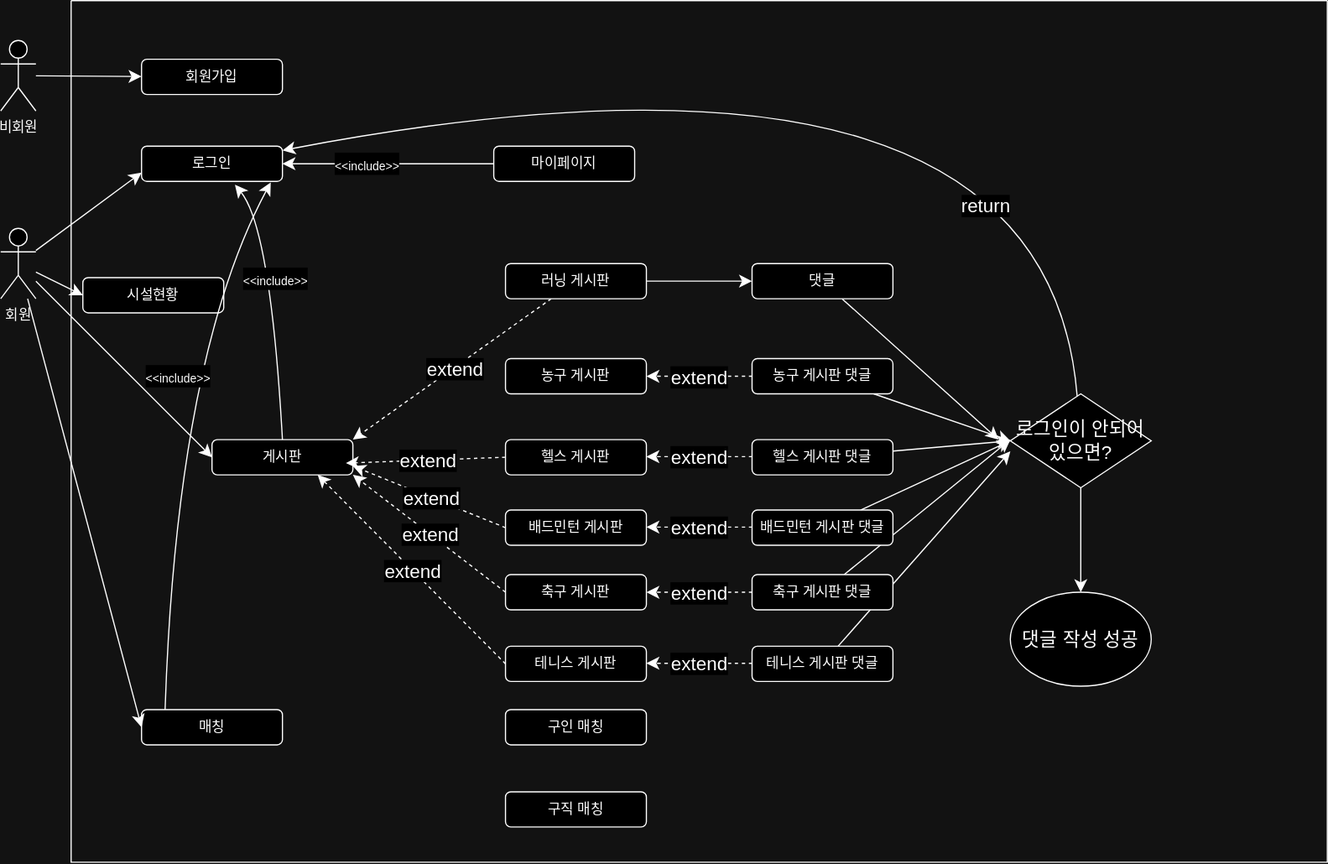
The draw.io diagram document/1차_수정본_UseCase.drawio.svg in Kimminwoo02/Team_Project, before a commit. Source tidied: cells renumbered, new cells last; positions are measured from the earlier drawing's top-left corner, leaving out a move shared by most shapes.
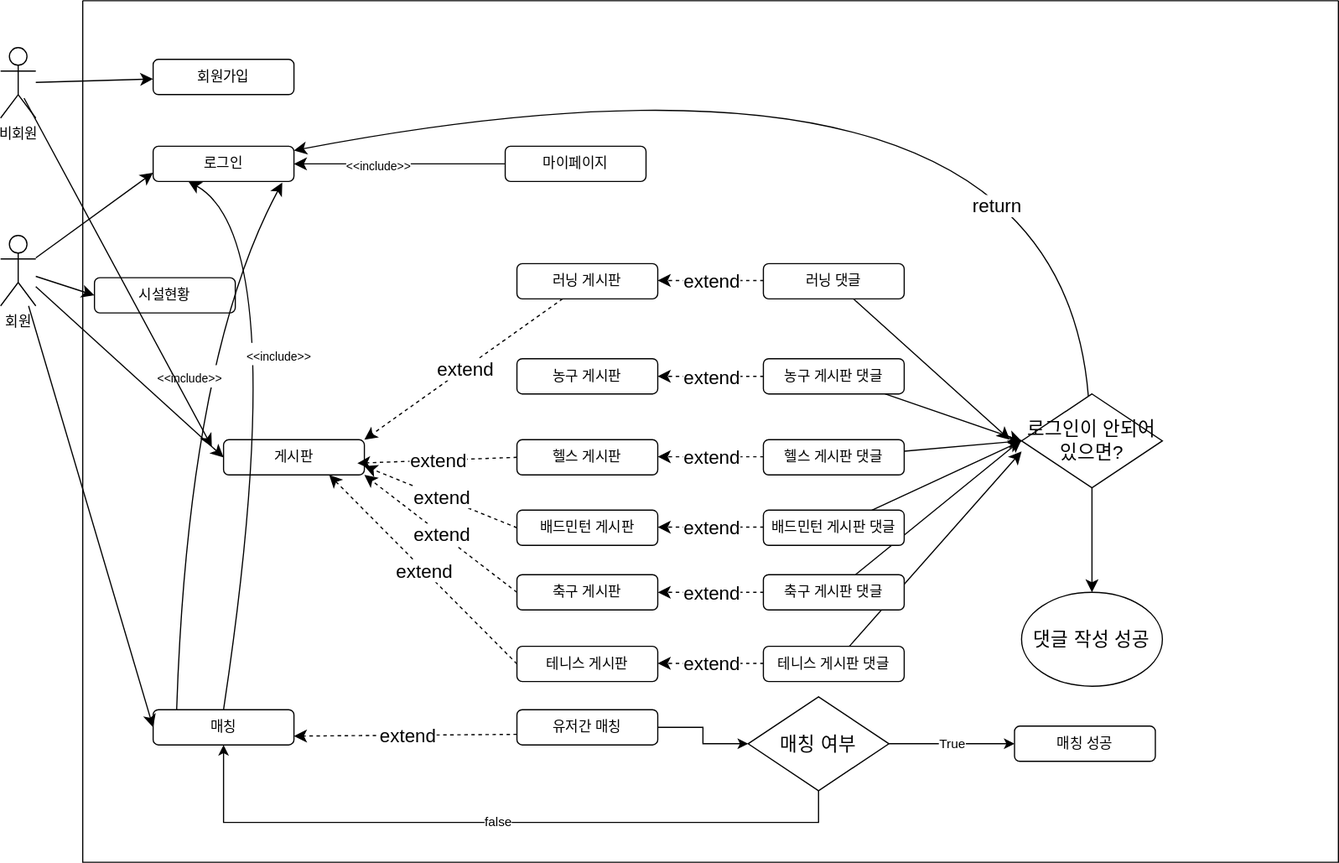
Above is the later version.

Commit message:
1차_수정본_UseCase.drawio.svg 업데이트

What changed in the source:
```diff
@@ -3,7 +3,7 @@
     <mxCell id="0" />
     <mxCell id="1" parent="0" />
     <mxCell id="2" style="swimlane;startSize=0;" parent="1" vertex="1">
-      <mxGeometry x="60" width="1070" height="734" as="geometry" />
+      <mxGeometry x="70" y="-6" width="1070" height="734" as="geometry" />
     </mxCell>
     <mxCell id="3" value="시설현황" style="rounded=1;whiteSpace=wrap;html=1;" parent="2" vertex="1">
       <mxGeometry x="10" y="236" width="120" height="30" as="geometry" />
@@ -26,9 +26,6 @@
     <mxCell id="9" value="테니스 게시판" style="rounded=1;whiteSpace=wrap;html=1;" parent="2" vertex="1">
       <mxGeometry x="370" y="550" width="120" height="30" as="geometry" />
     </mxCell>
-    <mxCell id="10" value="구직 매칭" style="rounded=1;whiteSpace=wrap;html=1;" parent="2" vertex="1">
-      <mxGeometry x="370" y="674" width="120" height="30" as="geometry" />
-    </mxCell>
     <mxCell id="11" style="edgeStyle=none;curved=1;rounded=0;jettySize=auto;html=1;fontSize=12;startSize=8;endSize=8;" parent="2" edge="1" source="12">
       <mxGeometry relative="1" as="geometry">
         <mxPoint x="800" y="384" as="targetPoint" />
@@ -60,9 +57,6 @@
     <mxCell id="19" value="extend" style="edgeLabel;html=1;align=center;verticalAlign=middle;fontSize=16;" parent="18" vertex="1">
       <mxGeometry x="-0.01" relative="1" as="geometry" />
     </mxCell>
-    <mxCell id="20" style="edgeStyle=none;curved=1;rounded=0;jettySize=auto;html=1;fontSize=12;startSize=8;endSize=8;" parent="2" edge="1" source="21" target="28">
-      <mxGeometry relative="1" as="geometry" />
-    </mxCell>
     <mxCell id="21" value="러닝 게시판" style="rounded=1;whiteSpace=wrap;html=1;" parent="2" vertex="1">
       <mxGeometry x="370" y="224" width="120" height="30" as="geometry" />
     </mxCell>
@@ -86,7 +80,7 @@
         <mxPoint x="790" y="374" as="targetPoint" />
       </mxGeometry>
     </mxCell>
-    <mxCell id="28" value="댓글" style="rounded=1;whiteSpace=wrap;html=1;" parent="2" vertex="1">
+    <mxCell id="28" value="러닝 댓글" style="rounded=1;whiteSpace=wrap;html=1;" parent="2" vertex="1">
       <mxGeometry x="580" y="224" width="120" height="30" as="geometry" />
     </mxCell>
     <mxCell id="29" value="로그인" style="rounded=1;whiteSpace=wrap;html=1;" parent="2" vertex="1">
@@ -101,7 +95,10 @@
     <mxCell id="32" value="마이페이지" style="rounded=1;whiteSpace=wrap;html=1;" parent="2" vertex="1">
       <mxGeometry x="360" y="124" width="120" height="30" as="geometry" />
     </mxCell>
+    <mxCell id="68" style="edgeStyle=orthogonalEdgeStyle;rounded=0;jettySize=auto;html=1;entryX=0;entryY=0.5;entryDx=0;entryDy=0;" parent="2" edge="1" source="33" target="76">
+      <mxGeometry relative="1" as="geometry" />
+    </mxCell>
-    <mxCell id="33" value="구인 매칭" style="rounded=1;whiteSpace=wrap;html=1;" parent="2" vertex="1">
+    <mxCell id="33" value="유저간 매칭" style="rounded=1;whiteSpace=wrap;html=1;" parent="2" vertex="1">
       <mxGeometry x="370" y="604" width="120" height="30" as="geometry" />
     </mxCell>
     <mxCell id="34" style="edgeStyle=none;curved=1;rounded=0;jettySize=auto;html=1;entryX=0.95;entryY=0.667;entryDx=0;entryDy=0;fontSize=12;startSize=8;endSize=8;dashed=1;entryPerimeter=0;exitX=0;exitY=0.5;exitDx=0;exitDy=0;" parent="2" edge="1" source="17" target="5">
@@ -128,16 +125,6 @@
     <mxCell id="41" value="extend" style="edgeLabel;html=1;align=center;verticalAlign=middle;fontSize=16;" parent="40" vertex="1">
       <mxGeometry x="-0.01" relative="1" as="geometry" />
     </mxCell>
-    <mxCell id="42" style="edgeStyle=none;curved=1;rounded=0;jettySize=auto;html=1;entryX=0.663;entryY=1.094;entryDx=0;entryDy=0;fontSize=12;startSize=8;endSize=8;exitX=0.5;exitY=0;exitDx=0;exitDy=0;entryPerimeter=0;" parent="2" edge="1" source="5" target="29">
-      <mxGeometry relative="1" as="geometry">
-        <Array as="points">
-          <mxPoint x="170" y="194" />
-        </Array>
-      </mxGeometry>
-    </mxCell>
-    <mxCell id="43" value="&lt;font style=&quot;font-size: 10px;&quot;&gt;&amp;lt;&amp;lt;include&amp;gt;&amp;gt;&lt;/font&gt;" style="edgeLabel;html=1;align=center;verticalAlign=middle;fontSize=16;" parent="42" vertex="1">
-      <mxGeometry x="0.21" y="-1" relative="1" as="geometry" />
-    </mxCell>
     <mxCell id="44" style="edgeStyle=none;curved=1;rounded=0;jettySize=auto;html=1;entryX=0.917;entryY=1.03;entryDx=0;entryDy=0;fontSize=12;startSize=8;endSize=8;exitX=0.167;exitY=0;exitDx=0;exitDy=0;entryPerimeter=0;exitPerimeter=0;" parent="2" edge="1" source="6" target="29">
       <mxGeometry relative="1" as="geometry">
         <Array as="points">
@@ -209,6 +196,50 @@
     <mxCell id="60" value="extend" style="edgeLabel;html=1;align=center;verticalAlign=middle;fontSize=16;" parent="59" vertex="1">
       <mxGeometry x="-0.01" relative="1" as="geometry" />
     </mxCell>
+    <mxCell id="69" style="edgeStyle=none;curved=1;rounded=0;jettySize=auto;html=1;entryX=0.25;entryY=1;entryDx=0;entryDy=0;fontSize=12;startSize=8;endSize=8;exitX=0.5;exitY=0;exitDx=0;exitDy=0;" parent="2" edge="1" source="6" target="29">
+      <mxGeometry relative="1" as="geometry">
+        <Array as="points">
+          <mxPoint x="180" y="204" />
+        </Array>
+      </mxGeometry>
+    </mxCell>
+    <mxCell id="43" value="&lt;font style=&quot;font-size: 10px;&quot;&gt;&amp;lt;&amp;lt;include&amp;gt;&amp;gt;&lt;/font&gt;" style="edgeLabel;html=1;align=center;verticalAlign=middle;fontSize=16;" parent="69" vertex="1">
+      <mxGeometry x="0.21" y="-1" relative="1" as="geometry" />
+    </mxCell>
+    <mxCell id="70" style="edgeStyle=none;curved=1;rounded=0;jettySize=auto;html=1;fontSize=12;startSize=8;endSize=8;dashed=1;entryX=1;entryY=0.75;entryDx=0;entryDy=0;exitX=0;exitY=0.5;exitDx=0;exitDy=0;" parent="2" edge="1" target="6">
+      <mxGeometry relative="1" as="geometry">
+        <mxPoint x="370" y="625" as="sourcePoint" />
+      </mxGeometry>
+    </mxCell>
+    <mxCell id="71" value="extend" style="edgeLabel;html=1;align=center;verticalAlign=middle;fontSize=16;" parent="70" vertex="1">
+      <mxGeometry x="-0.01" relative="1" as="geometry" />
+    </mxCell>
+    <mxCell id="72" style="edgeStyle=none;curved=1;rounded=0;orthogonalLoop=1;jettySize=auto;html=1;entryX=1;entryY=0.5;entryDx=0;entryDy=0;fontSize=12;startSize=8;endSize=8;dashed=1;exitX=0;exitY=0.5;exitDx=0;exitDy=0;" parent="2" edge="1">
+      <mxGeometry relative="1" as="geometry">
+        <mxPoint x="580" y="238.4" as="sourcePoint" />
+        <mxPoint x="490" y="238.4" as="targetPoint" />
+      </mxGeometry>
+    </mxCell>
+    <mxCell id="73" value="extend" style="edgeLabel;html=1;align=center;verticalAlign=middle;fontSize=16;" parent="72" vertex="1">
+      <mxGeometry x="-0.01" relative="1" as="geometry" />
+    </mxCell>
+    <mxCell id="74" value="false" style="edgeStyle=orthogonalEdgeStyle;rounded=0;jettySize=auto;html=1;entryX=0.5;entryY=1;entryDx=0;entryDy=0;" parent="2" edge="1" source="76" target="6">
+      <mxGeometry relative="1" as="geometry">
+        <Array as="points">
+          <mxPoint x="627" y="700" />
+          <mxPoint x="120" y="700" />
+        </Array>
+      </mxGeometry>
+    </mxCell>
+    <mxCell id="75" value="True" style="edgeStyle=orthogonalEdgeStyle;rounded=0;jettySize=auto;html=1;entryX=0;entryY=0.5;entryDx=0;entryDy=0;" parent="2" edge="1" source="76" target="77">
+      <mxGeometry relative="1" as="geometry" />
+    </mxCell>
+    <mxCell id="76" value="매칭 여부" style="rhombus;whiteSpace=wrap;html=1;fontSize=16;" parent="2" vertex="1">
+      <mxGeometry x="567" y="593" width="120" height="80" as="geometry" />
+    </mxCell>
+    <mxCell id="77" value="매칭 성공" style="rounded=1;whiteSpace=wrap;html=1;" parent="2" vertex="1">
+      <mxGeometry x="794" y="618" width="120" height="30" as="geometry" />
+    </mxCell>
     <mxCell id="61" style="edgeStyle=none;curved=1;rounded=0;jettySize=auto;html=1;entryX=0;entryY=0.75;entryDx=0;entryDy=0;fontSize=12;startSize=8;endSize=8;" parent="1" edge="1" source="65" target="29">
       <mxGeometry relative="1" as="geometry" />
     </mxCell>
@@ -230,5 +261,11 @@
     <mxCell id="67" value="비회원&lt;br&gt;" style="shape=umlActor;verticalLabelPosition=bottom;verticalAlign=top;html=1;outlineConnect=0;" parent="1" vertex="1">
       <mxGeometry y="34" width="30" height="60" as="geometry" />
     </mxCell>
+    <mxCell id="78" style="edgeStyle=none;curved=1;rounded=0;orthogonalLoop=1;jettySize=auto;html=1;fontSize=12;startSize=8;endSize=8;" parent="1" edge="1">
+      <mxGeometry relative="1" as="geometry">
+        <mxPoint x="20" y="77" as="sourcePoint" />
+        <mxPoint x="180" y="374" as="targetPoint" />
+      </mxGeometry>
+    </mxCell>
   </root>
 </mxGraphModel>
```
